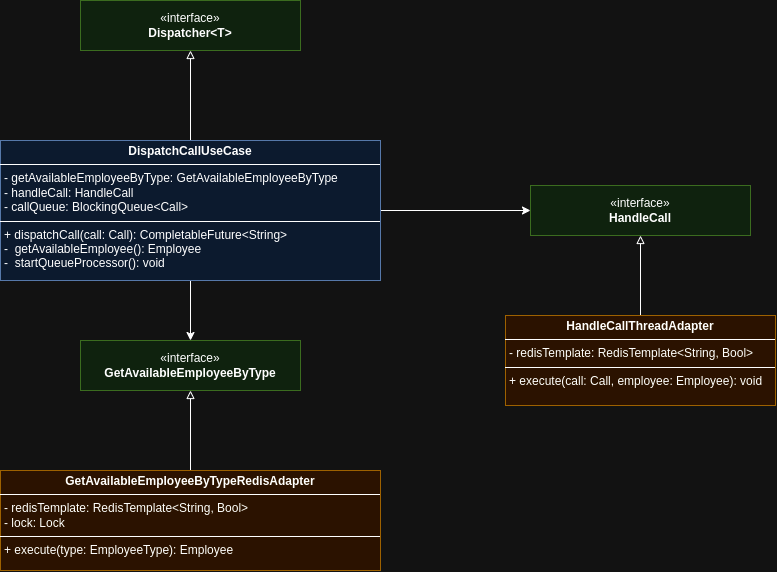
This is image/call_manager.drawio.png from PsyBrainy/call-flow-manager, a draw.io export, as it was before one commit. Source tidied: cells renumbered, new cells last; positions are measured from the earlier drawing's top-left corner, leaving out a move shared by most shapes.
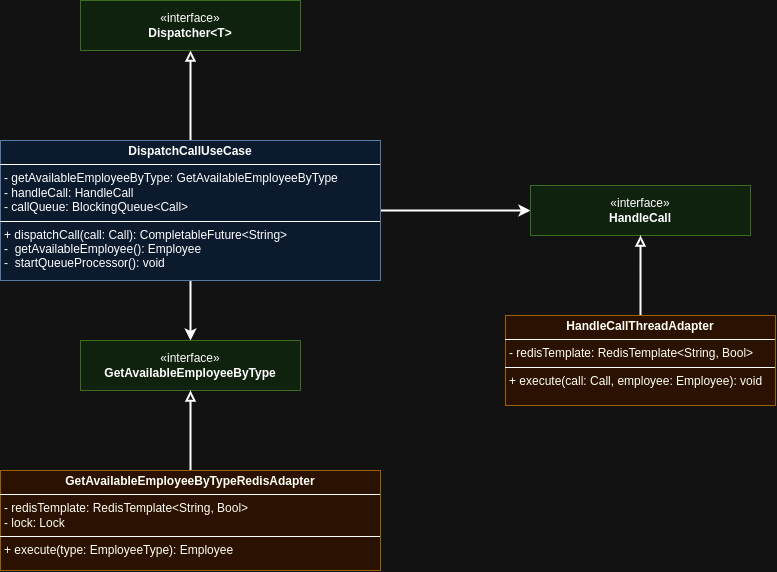
After the change.

What changed in the source:
```diff
@@ -2,13 +2,13 @@
   <root>
     <mxCell id="0" />
     <mxCell id="1" parent="0" />
-    <mxCell id="2" style="edgeStyle=orthogonalEdgeStyle;rounded=0;jettySize=auto;html=1;" parent="1" edge="1" source="5" target="6">
+    <mxCell id="2" style="edgeStyle=orthogonalEdgeStyle;rounded=0;jettySize=auto;html=1;strokeWidth=2;" parent="1" edge="1" source="5" target="6">
       <mxGeometry relative="1" as="geometry" />
     </mxCell>
-    <mxCell id="3" style="edgeStyle=orthogonalEdgeStyle;rounded=0;jettySize=auto;html=1;" parent="1" edge="1" source="5" target="9">
+    <mxCell id="3" style="edgeStyle=orthogonalEdgeStyle;rounded=0;jettySize=auto;html=1;strokeWidth=2;" parent="1" edge="1" source="5" target="9">
       <mxGeometry relative="1" as="geometry" />
     </mxCell>
-    <mxCell id="4" style="edgeStyle=orthogonalEdgeStyle;rounded=0;jettySize=auto;html=1;endArrow=block;endFill=0;" parent="1" edge="1" source="5" target="12">
+    <mxCell id="4" style="edgeStyle=orthogonalEdgeStyle;rounded=0;jettySize=auto;html=1;endArrow=block;endFill=0;strokeWidth=2;" parent="1" edge="1" source="5" target="12">
       <mxGeometry relative="1" as="geometry" />
     </mxCell>
     <mxCell id="5" value="&lt;p style=&quot;margin:0px;margin-top:4px;text-align:center;&quot;&gt;&lt;b&gt;DispatchCallUseCase&lt;/b&gt;&lt;/p&gt;&lt;hr size=&quot;1&quot; style=&quot;border-style:solid;&quot;&gt;&lt;p style=&quot;margin:0px;margin-left:4px;&quot;&gt;- getAvailableEmployeeByType: G&lt;span style=&quot;background-color: initial;&quot;&gt;etAvailableEmployeeByType&lt;/span&gt;&lt;/p&gt;&lt;p style=&quot;margin:0px;margin-left:4px;&quot;&gt;&lt;span style=&quot;background-color: initial;&quot;&gt;- handleCall: HandleCall&lt;/span&gt;&lt;/p&gt;&lt;p style=&quot;margin:0px;margin-left:4px;&quot;&gt;&lt;span style=&quot;background-color: initial;&quot;&gt;- callQueue: BlockingQueue&amp;lt;Call&amp;gt;&lt;/span&gt;&lt;/p&gt;&lt;hr size=&quot;1&quot; style=&quot;border-style:solid;&quot;&gt;&lt;p style=&quot;margin:0px;margin-left:4px;&quot;&gt;+ dispatchCall(call: Call): CompletableFuture&amp;lt;String&amp;gt;&lt;/p&gt;&lt;p style=&quot;margin:0px;margin-left:4px;&quot;&gt;-&amp;nbsp; getAvailableEmployee(): Employee&lt;/p&gt;&lt;p style=&quot;margin:0px;margin-left:4px;&quot;&gt;-&amp;nbsp; startQueueProcessor(): void&lt;/p&gt;" style="verticalAlign=top;align=left;overflow=fill;html=1;whiteSpace=wrap;fillColor=#dae8fc;strokeColor=#6c8ebf;" parent="1" vertex="1">
@@ -17,7 +17,7 @@
     <mxCell id="6" value="«interface»&lt;br&gt;&lt;b&gt;GetAvailableEmployeeByType&lt;/b&gt;" style="html=1;whiteSpace=wrap;fillColor=#d5e8d4;strokeColor=#82b366;" parent="1" vertex="1">
       <mxGeometry x="80" y="340" width="220" height="50" as="geometry" />
     </mxCell>
-    <mxCell id="7" style="edgeStyle=orthogonalEdgeStyle;rounded=0;jettySize=auto;html=1;endArrow=block;endFill=0;" parent="1" edge="1" source="8" target="6">
+    <mxCell id="7" style="edgeStyle=orthogonalEdgeStyle;rounded=0;jettySize=auto;html=1;endArrow=block;endFill=0;strokeWidth=2;" parent="1" edge="1" source="8" target="6">
       <mxGeometry relative="1" as="geometry" />
     </mxCell>
     <mxCell id="8" value="&lt;p style=&quot;margin:0px;margin-top:4px;text-align:center;&quot;&gt;&lt;b&gt;GetAvailableEmployeeByTypeRedisAdapter&lt;/b&gt;&lt;/p&gt;&lt;hr size=&quot;1&quot; style=&quot;border-style:solid;&quot;&gt;&lt;p style=&quot;margin:0px;margin-left:4px;&quot;&gt;- redisTemplate: RedisTemplate&amp;lt;String, Bool&amp;gt;&lt;/p&gt;&lt;p style=&quot;margin:0px;margin-left:4px;&quot;&gt;&lt;span style=&quot;background-color: initial;&quot;&gt;- lock: Lock&lt;/span&gt;&lt;/p&gt;&lt;hr size=&quot;1&quot; style=&quot;border-style:solid;&quot;&gt;&lt;p style=&quot;margin:0px;margin-left:4px;&quot;&gt;+ execute(type: EmployeeType): Employee&lt;/p&gt;" style="verticalAlign=top;align=left;overflow=fill;html=1;whiteSpace=wrap;fillColor=#ffe6cc;strokeColor=#d79b00;" parent="1" vertex="1">
@@ -26,7 +26,7 @@
     <mxCell id="9" value="«interface»&lt;br&gt;&lt;b&gt;HandleCall&lt;/b&gt;" style="html=1;whiteSpace=wrap;fillColor=#d5e8d4;strokeColor=#82b366;" parent="1" vertex="1">
       <mxGeometry x="530" y="185" width="220" height="50" as="geometry" />
     </mxCell>
-    <mxCell id="10" style="edgeStyle=orthogonalEdgeStyle;rounded=0;jettySize=auto;html=1;endArrow=block;endFill=0;" parent="1" edge="1" source="11" target="9">
+    <mxCell id="10" style="edgeStyle=orthogonalEdgeStyle;rounded=0;jettySize=auto;html=1;endArrow=block;endFill=0;strokeWidth=2;" parent="1" edge="1" source="11" target="9">
       <mxGeometry relative="1" as="geometry" />
     </mxCell>
     <mxCell id="11" value="&lt;p style=&quot;margin:0px;margin-top:4px;text-align:center;&quot;&gt;&lt;b&gt;HandleCallThreadAdapter&lt;/b&gt;&lt;/p&gt;&lt;hr size=&quot;1&quot; style=&quot;border-style:solid;&quot;&gt;&lt;p style=&quot;margin:0px;margin-left:4px;&quot;&gt;- redisTemplate: RedisTemplate&amp;lt;String, Bool&amp;gt;&lt;/p&gt;&lt;hr size=&quot;1&quot; style=&quot;border-style:solid;&quot;&gt;&lt;p style=&quot;margin:0px;margin-left:4px;&quot;&gt;+ execute(call: Call, employee: Employee): void&lt;/p&gt;" style="verticalAlign=top;align=left;overflow=fill;html=1;whiteSpace=wrap;fillColor=#ffe6cc;strokeColor=#d79b00;" parent="1" vertex="1">
```
